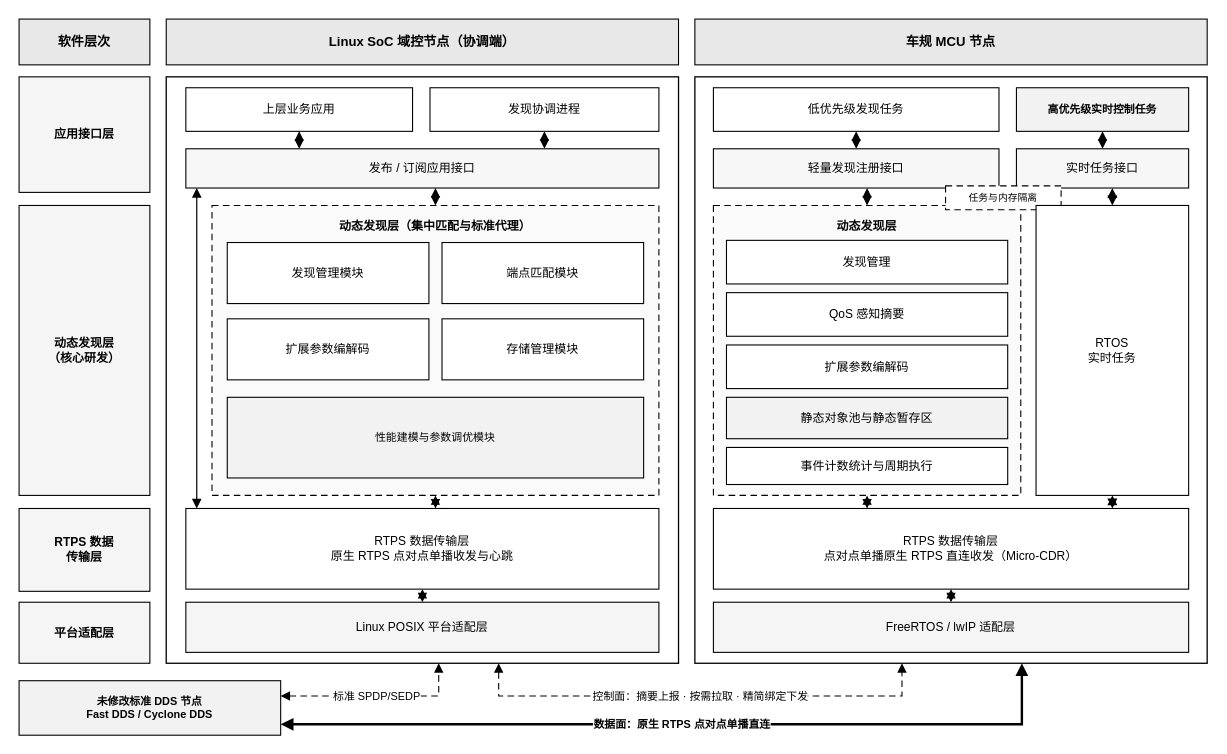
fansunjia-glitch/dds_control keeps this draw.io diagram as page "图2_四层系统架构" (2 of 6) of 开题初稿2.drawio. Above is the earlier version. Source tidied: cells renumbered, new cells numbered last; positions are measured from the earlier drawing's top-left corner, leaving out a move shared by most shapes. Both pictures are drawn from the tidied source at 109%, with x=0, y=0 at pixel (19, 19).
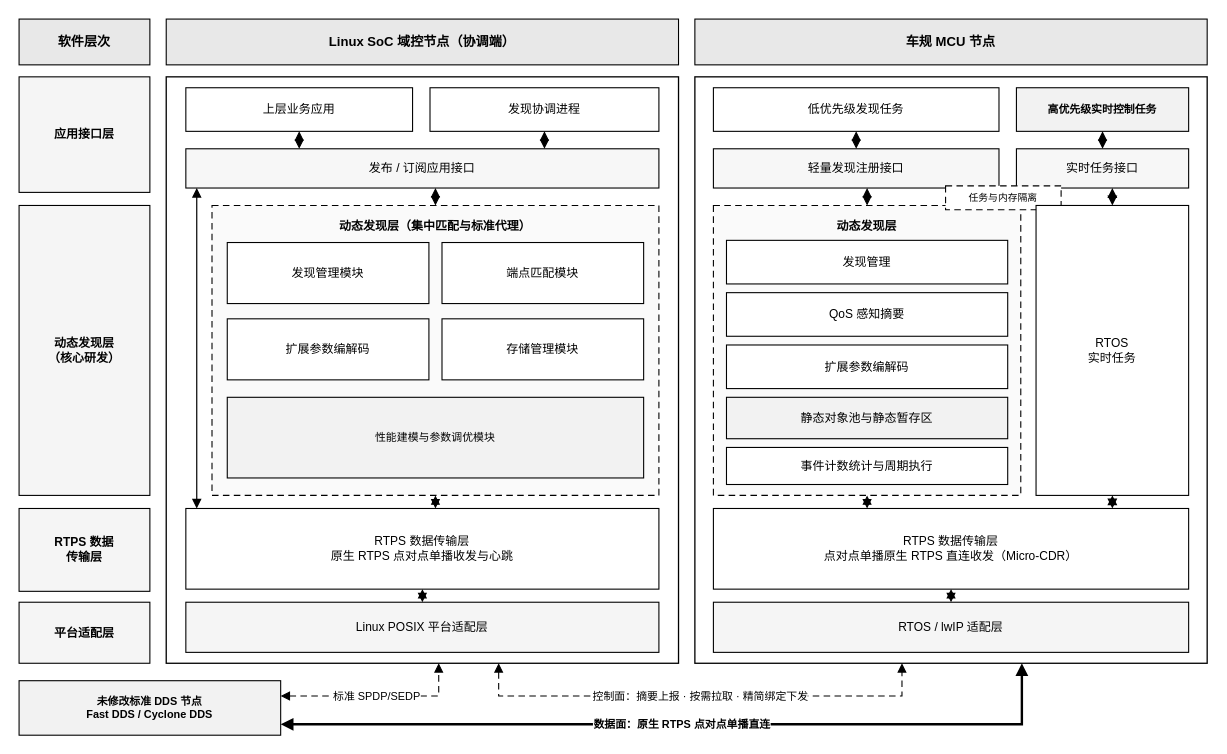
After the change.

Commit message:
更新开题初稿2.drawio

The edit, as a diff of the source:
```diff
@@
-    <mxCell id="47" value="&lt;font style=&quot;font-size: 11px;&quot;&gt;FreeRTOS / lwIP 适配层&lt;/font&gt;" style="rounded=0;whiteSpace=wrap;html=1;fillColor=#F5F5F5;strokeColor=#000000;fontColor=#000000;fontFamily=Microsoft YaHei;fontSize=9.5;" parent="1" vertex="1">
+    <mxCell id="47" value="&lt;font style=&quot;font-size: 11px;&quot;&gt;RTOS / lwIP 适配层&lt;/font&gt;" style="rounded=0;whiteSpace=wrap;html=1;fillColor=#F5F5F5;strokeColor=#000000;fontColor=#000000;fontFamily=Microsoft YaHei;fontSize=9.5;" parent="1" vertex="1">
       <mxGeometry x="637" y="535" width="436" height="46" as="geometry" />
     </mxCell>
```
